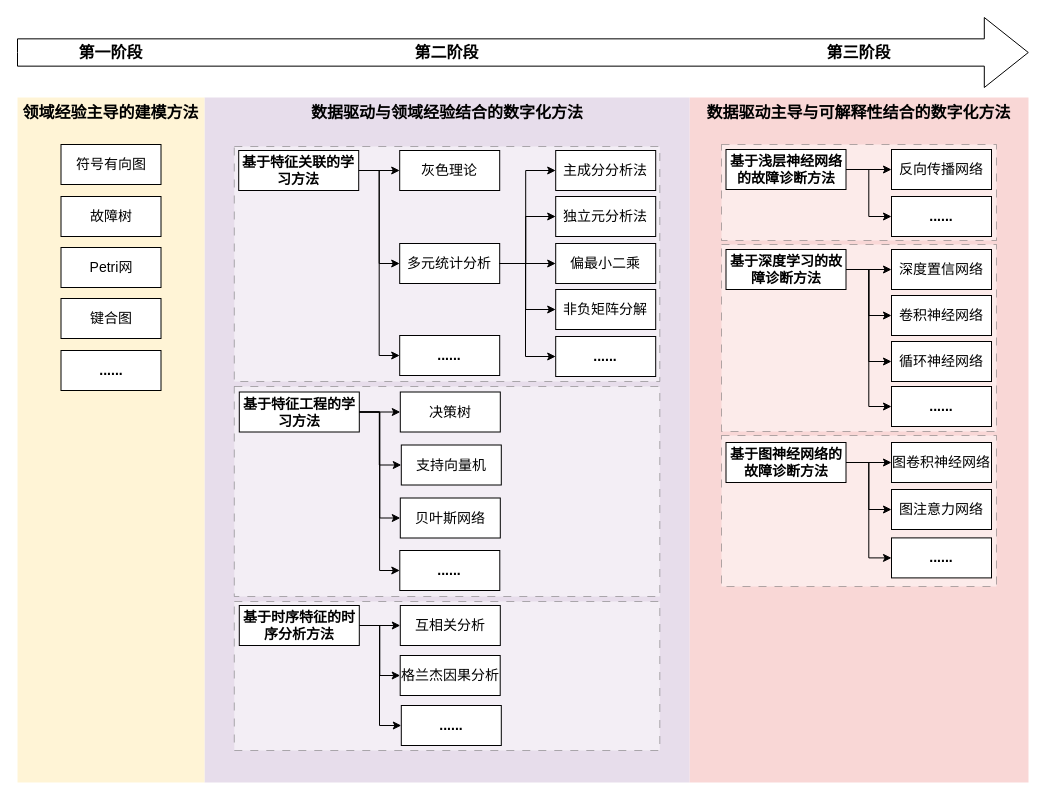
Above: page "第 11 页" (2 of 2) of 未命名绘图-1.drawio in GPlaying/brain_map (draw.io), before the change. Source tidied: cells renumbered, new cells numbered last; positions are measured from the earlier drawing's top-left corner, leaving out a move shared by most shapes. Both pictures are drawn from the tidied source at 100%, with x=0, y=0 at pixel (17, -453).
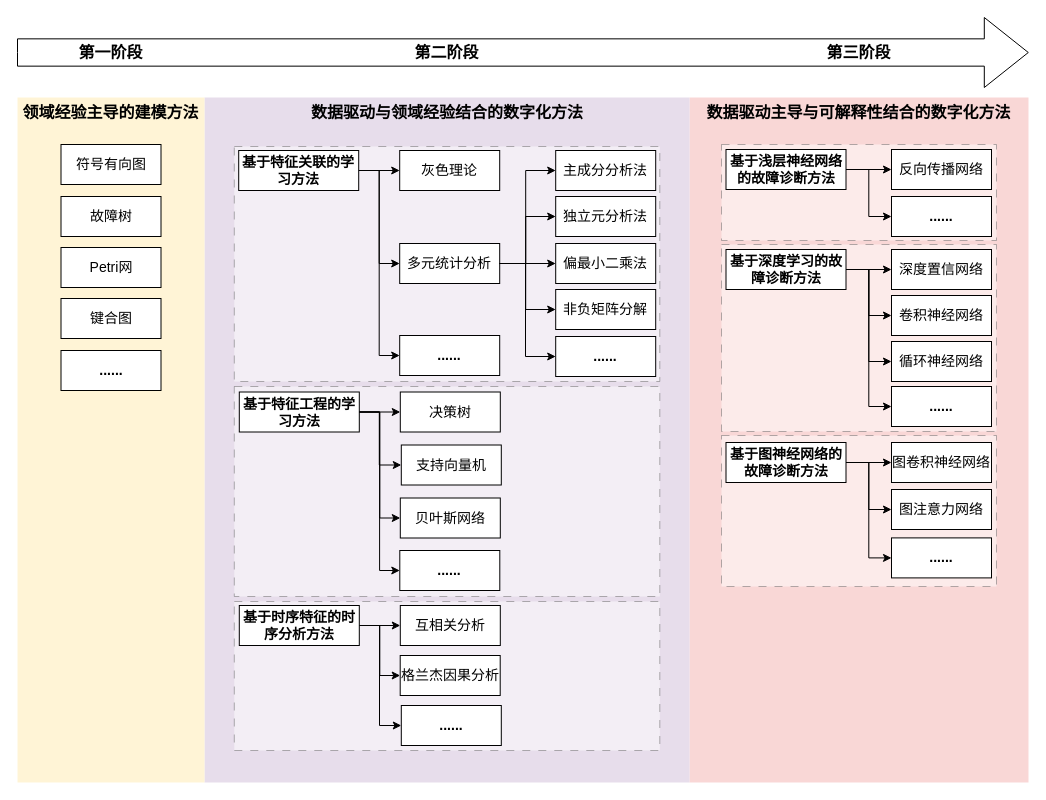
The same diagram, later.

Commit message:
更新未命名绘图-1.drawio

Unchanged cells that the change refers to:
```xml
<mxCell id="31" style="group;" parent="1" vertex="1">
  <mxGeometry x="382.2" y="603" width="256" height="179" as="geometry" />
</mxCell>
```

Change to the diagram source:
```diff
@@
-    <mxCell id="37" value="偏最小二乘" style="rounded=0;whiteSpace=wrap;html=1;fontSize=14;" parent="31" vertex="1">
+    <mxCell id="37" value="偏最小二乘法" style="rounded=0;whiteSpace=wrap;html=1;fontSize=14;" parent="31" vertex="1">
       <mxGeometry x="156" y="93" width="100" height="40" as="geometry" />
     </mxCell>
```
